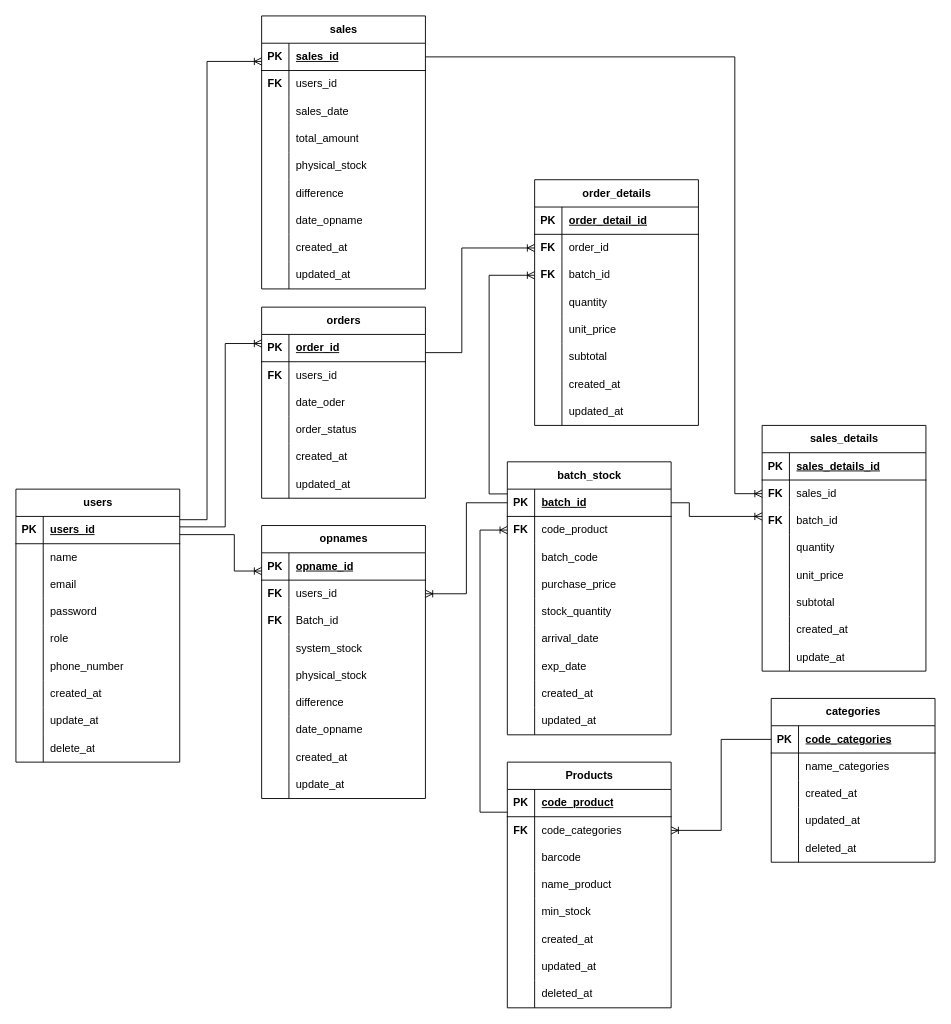
This is page "Konseptual-salah" (5 of 9) of SIOPS/All Diagram.drawio from KadekYuda/SIOPS, a draw.io file, before an edit. Source tidied: cells renumbered, new cells numbered last; positions are measured from the earlier drawing's top-left corner, leaving out a move shared by most shapes. Both pictures are drawn from the tidied source at 91%, with x=0, y=0 at pixel (15, 15).
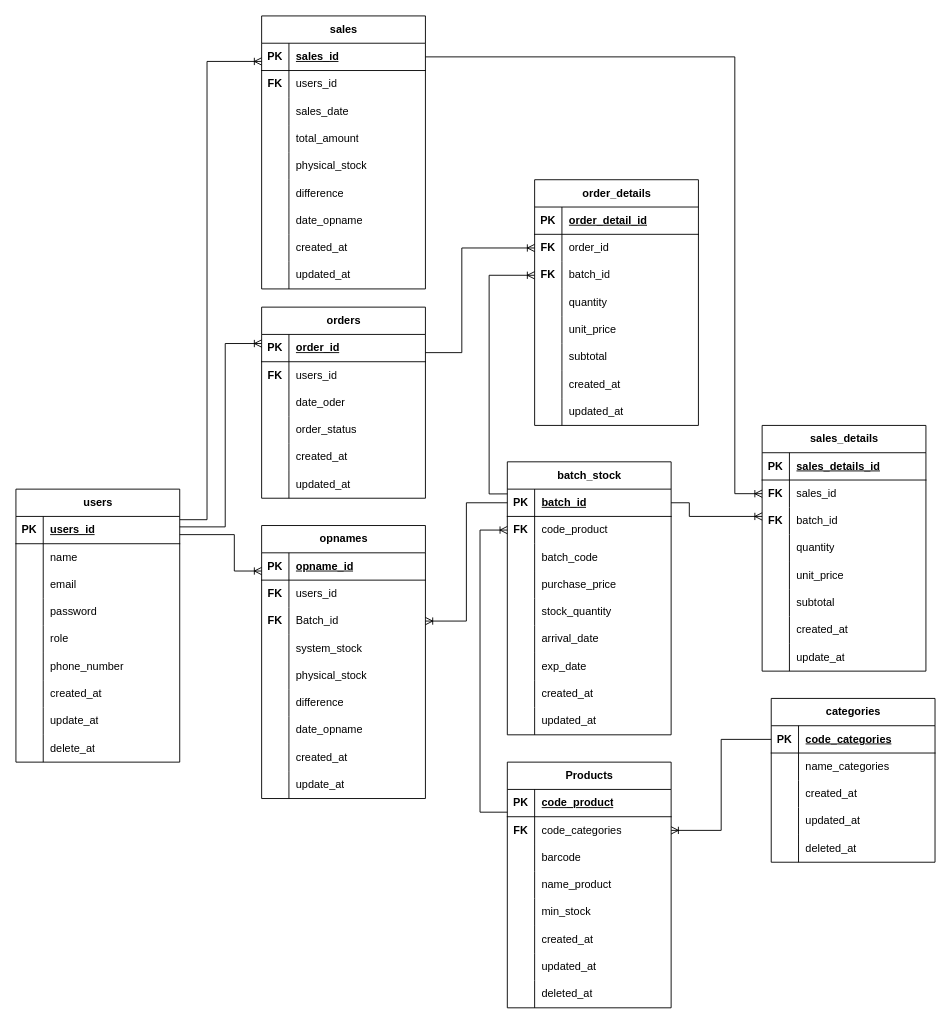
Above is the later version.

The change refers to these unchanged cells:
```xml
<mxCell id="54" style="shape=tableRow;horizontal=0;startSize=0;swimlaneHead=0;swimlaneBody=0;fillColor=none;points=[[0,0.5],[1,0.5]];portConstraint=eastwest;top=0;left=0;right=0;bottom=0;" parent="50" vertex="1">
  <mxGeometry y="60" width="180" height="30" as="geometry" />
</mxCell>
<mxCell id="57" style="shape=tableRow;horizontal=0;startSize=0;swimlaneHead=0;swimlaneBody=0;fillColor=none;points=[[0,0.5],[1,0.5]];portConstraint=eastwest;top=0;left=0;right=0;bottom=0;" parent="50" vertex="1">
  <mxGeometry y="90" width="180" height="30" as="geometry" />
</mxCell>
<mxCell id="80" style="shape=tableRow;horizontal=0;startSize=0;swimlaneHead=0;swimlaneBody=0;fillColor=none;points=[[0,0.5],[1,0.5]];portConstraint=eastwest;top=0;left=0;right=0;bottom=1;" parent="79" vertex="1">
  <mxGeometry y="30" width="180" height="30" as="geometry" />
</mxCell>
```

Change to the diagram source:
```diff
@@
-    <mxCell id="107" style="edgeStyle=orthogonalEdgeStyle;fontSize=12;html=1;endArrow=ERoneToMany;rounded=0;exitX=0;exitY=0.5;exitDx=0;exitDy=0;entryX=1;entryY=0.5;entryDx=0;entryDy=0;" parent="1" edge="1" source="80" target="54">
+    <mxCell id="107" style="edgeStyle=orthogonalEdgeStyle;fontSize=12;html=1;endArrow=ERoneToMany;rounded=0;exitX=0;exitY=0.5;exitDx=0;exitDy=0;entryX=1;entryY=0.5;entryDx=0;entryDy=0;" parent="1" edge="1" source="80" target="57">
       <mxGeometry relative="1" as="geometry" />
     </mxCell>
```
